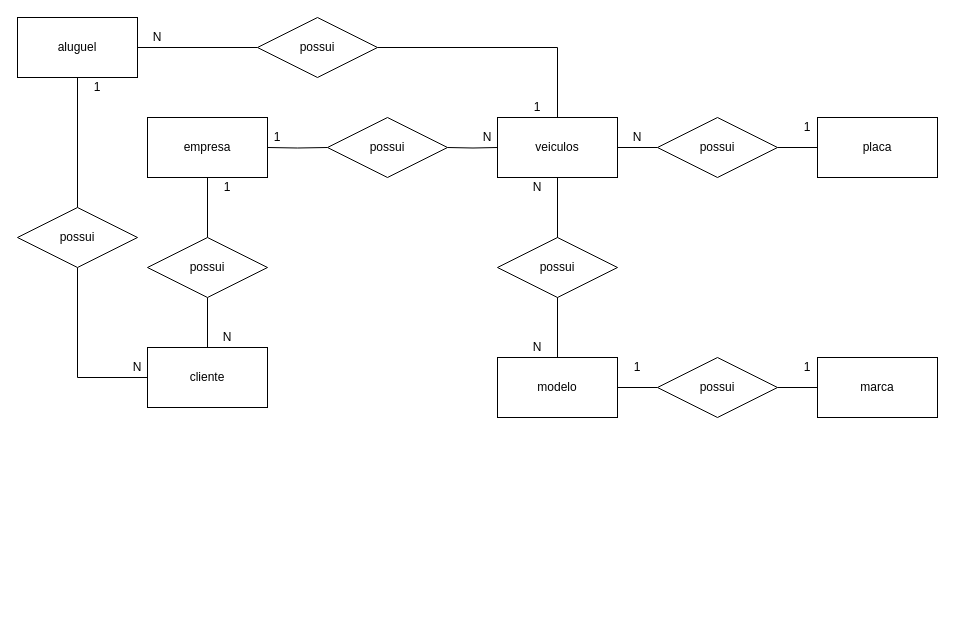
The draw.io diagram 1.2-exercicio-locadora/1.2-exercicio-locadora.drawio in miafelicio/sprit, before the edit. Source tidied: cells renumbered, new cells numbered last; positions are measured from the earlier drawing's top-left corner, leaving out a move shared by most shapes. Both pictures are drawn from the tidied source at 100%, with x=0, y=0 at pixel (17, 17).
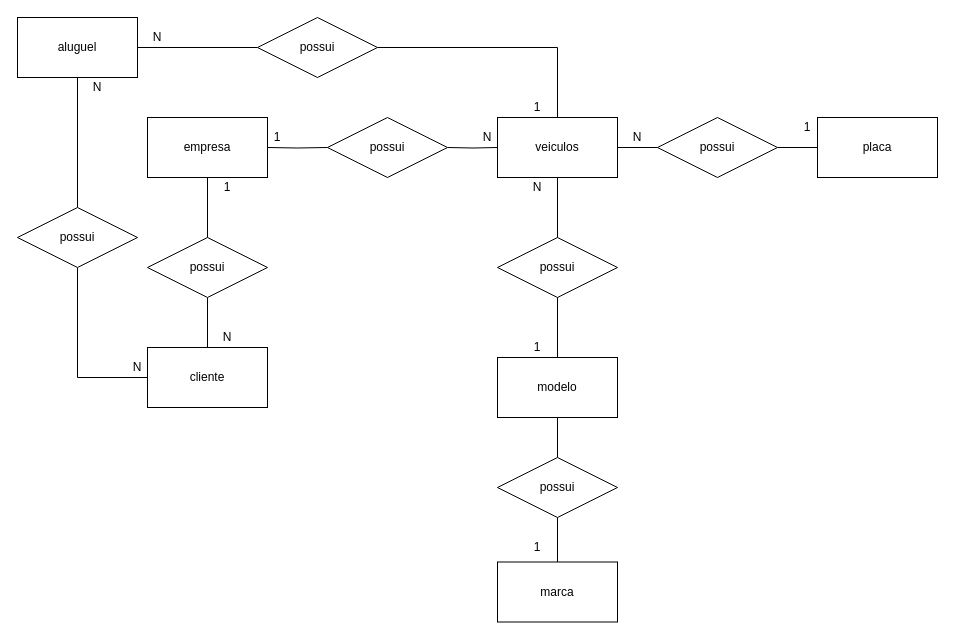
The same diagram, later.

Unchanged cells that the change refers to:
```xml
<mxCell id="10" value="modelo" style="rounded=0;whiteSpace=wrap;html=1;" parent="1" vertex="1">
  <mxGeometry x="480" y="340" width="120" height="60" as="geometry" />
</mxCell>
```

Diff of the diagram source:
```diff
@@
-    <mxCell id="9" style="edgeStyle=orthogonalEdgeStyle;rounded=0;jettySize=auto;html=1;endArrow=none;endFill=0;entryX=0;entryY=0.5;entryDx=0;entryDy=0;" parent="1" edge="1" source="10" target="15">
+    <mxCell id="9" style="edgeStyle=orthogonalEdgeStyle;rounded=0;jettySize=auto;html=1;endArrow=none;endFill=0;" parent="1" edge="1" source="10" target="15">
       <mxGeometry relative="1" as="geometry" />
     </mxCell>
@@
+    <mxCell id="44" style="edgeStyle=orthogonalEdgeStyle;rounded=0;jettySize=auto;html=1;endArrow=none;endFill=0;" parent="1" edge="1" source="12" target="15">
+      <mxGeometry relative="1" as="geometry" />
+    </mxCell>
     <mxCell id="12" value="marca" style="rounded=0;whiteSpace=wrap;html=1;" parent="1" vertex="1">
-      <mxGeometry x="800" y="340" width="120" height="60" as="geometry" />
+      <mxGeometry x="480" y="544.5" width="120" height="60" as="geometry" />
     </mxCell>
@@
-    <mxCell id="14" style="edgeStyle=orthogonalEdgeStyle;rounded=0;jettySize=auto;html=1;entryX=0;entryY=0.5;entryDx=0;entryDy=0;endArrow=none;endFill=0;" parent="1" edge="1" source="15" target="12">
-      <mxGeometry relative="1" as="geometry" />
-    </mxCell>
     <mxCell id="15" value="possui" style="shape=rhombus;perimeter=rhombusPerimeter;whiteSpace=wrap;html=1;align=center;" parent="1" vertex="1">
-      <mxGeometry x="640" y="340" width="120" height="60" as="geometry" />
+      <mxGeometry x="480" y="440" width="120" height="60" as="geometry" />
     </mxCell>
@@
-    <mxCell id="25" value="N" style="text;html=1;strokeColor=none;fillColor=none;align=center;verticalAlign=middle;whiteSpace=wrap;rounded=0;" parent="1" vertex="1">
-      <mxGeometry x="500" y="320" width="40" height="20" as="geometry" />
-    </mxCell>
@@
     <mxCell id="27" value="1" style="text;html=1;strokeColor=none;fillColor=none;align=center;verticalAlign=middle;whiteSpace=wrap;rounded=0;" parent="1" vertex="1">
-      <mxGeometry x="770" y="340" width="40" height="20" as="geometry" />
+      <mxGeometry x="500" y="520" width="40" height="20" as="geometry" />
     </mxCell>
@@
     <mxCell id="31" value="1" style="text;html=1;strokeColor=none;fillColor=none;align=center;verticalAlign=middle;whiteSpace=wrap;rounded=0;" parent="1" vertex="1">
-      <mxGeometry x="600" y="340" width="40" height="20" as="geometry" />
+      <mxGeometry x="500" y="320" width="40" height="20" as="geometry" />
     </mxCell>
@@
-    <mxCell id="41" value="1" style="text;html=1;strokeColor=none;fillColor=none;align=center;verticalAlign=middle;whiteSpace=wrap;rounded=0;" parent="1" vertex="1">
+    <mxCell id="41" value="N" style="text;html=1;strokeColor=none;fillColor=none;align=center;verticalAlign=middle;whiteSpace=wrap;rounded=0;" parent="1" vertex="1">
       <mxGeometry x="60" y="60" width="40" height="20" as="geometry" />
     </mxCell>
```
